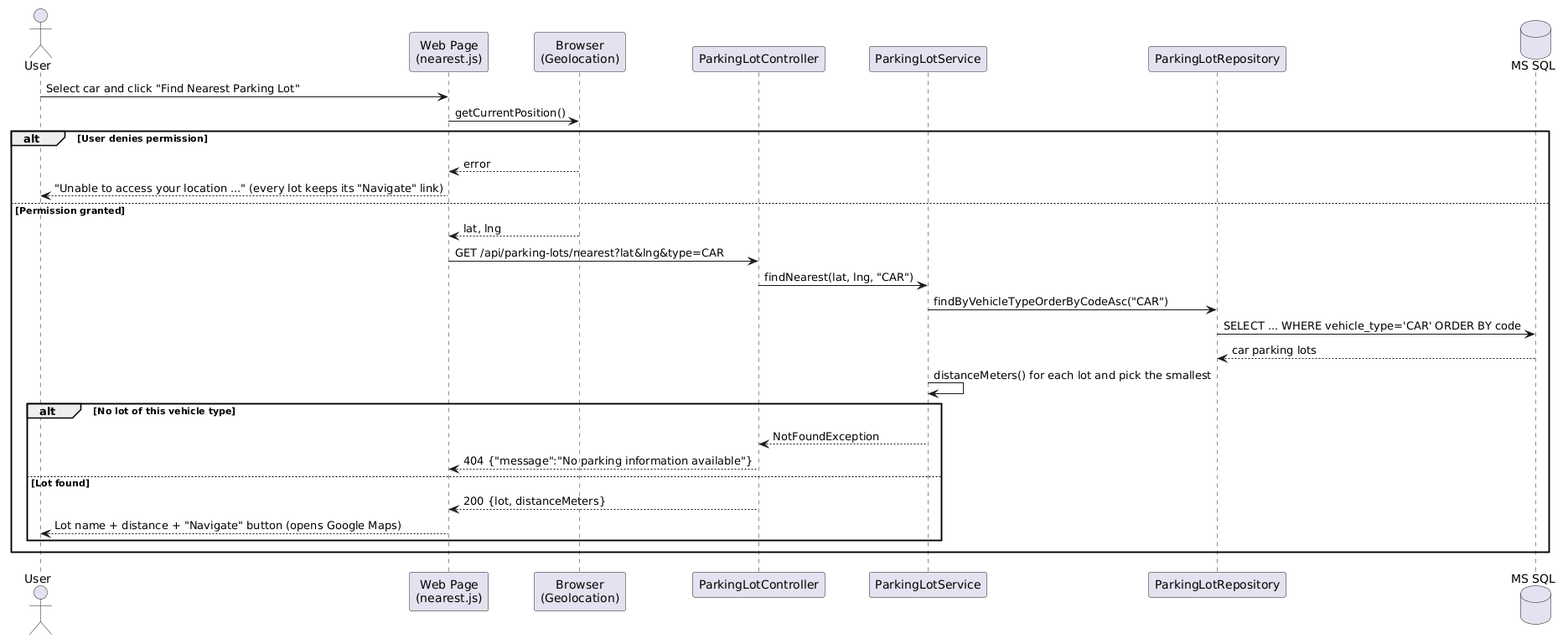
The PlantUML diagram docs/design/sequence-us05.png in ashrofvitheekul/cs261_650001_group6, before a commit.
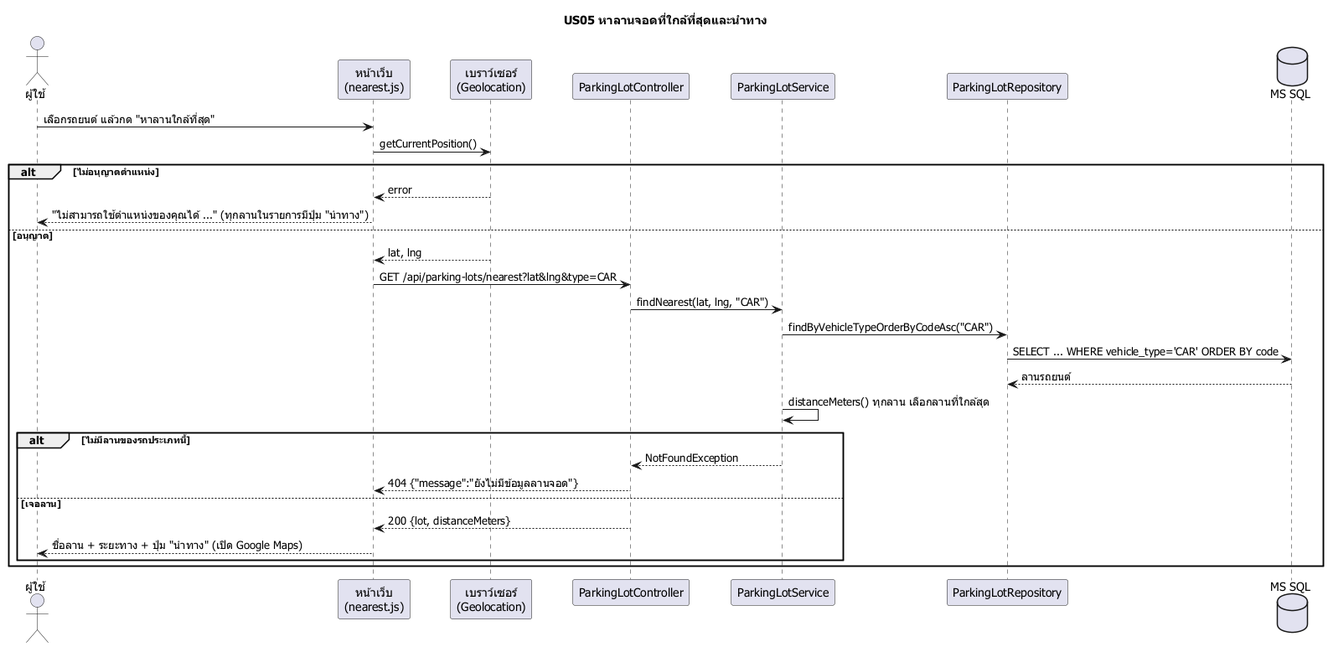
After the change.

Change to the diagram source:
```diff
@@ -1,33 +1,35 @@
 @startuml
-actor User as U
-participant "Web Page\n(nearest.js)" as UI
-participant "Browser\n(Geolocation)" as GPS
+skinparam defaultFontName Tahoma
+title US05 หาลานจอดที่ใกล้ที่สุดและนำทาง
+actor "ผู้ใช้" as U
+participant "หน้าเว็บ\n(nearest.js)" as UI
+participant "เบราว์เซอร์\n(Geolocation)" as GPS
 participant ParkingLotController as C
 participant ParkingLotService as S
 participant ParkingLotRepository as R
 database "MS SQL" as DB
 
-U -> UI : Select car and click "Find Nearest Parking Lot"
+U -> UI : เลือกรถยนต์ แล้วกด "หาลานใกล้ที่สุด"
 UI -> GPS : getCurrentPosition()
 
-alt User denies permission
+alt ไม่อนุญาตตำแหน่ง
   GPS --> UI : error
-  UI --> U : "Unable to access your location ..." (every lot keeps its "Navigate" link)
-else Permission granted
+  UI --> U : "ไม่สามารถใช้ตำแหน่งของคุณได้ ..." (ทุกลานในรายการมีปุ่ม "นำทาง")
+else อนุญาต
   GPS --> UI : lat, lng
   UI -> C : GET /api/parking-lots/nearest?lat&lng&type=CAR
   C -> S : findNearest(lat, lng, "CAR")
   S -> R : findByVehicleTypeOrderByCodeAsc("CAR")
   R -> DB : SELECT ... WHERE vehicle_type='CAR' ORDER BY code
-  DB --> R : car parking lots
-  S -> S : distanceMeters() for each lot and pick the smallest
+  DB --> R : ลานรถยนต์
+  S -> S : distanceMeters() ทุกลาน เลือกลานที่ใกล้สุด
 
-  alt No lot of this vehicle type
+  alt ไม่มีลานของรถประเภทนี้
     S --> C : NotFoundException
-    C --> UI : 404 {"message":"No parking information available"}
-  else Lot found
+    C --> UI : 404 {"message":"ยังไม่มีข้อมูลลานจอด"}
+  else เจอลาน
     C --> UI : 200 {lot, distanceMeters}
-    UI --> U : Lot name + distance + "Navigate" button (opens Google Maps)
+    UI --> U : ชื่อลาน + ระยะทาง + ปุ่ม "นำทาง" (เปิด Google Maps)
   end
 end
 @enduml
```
